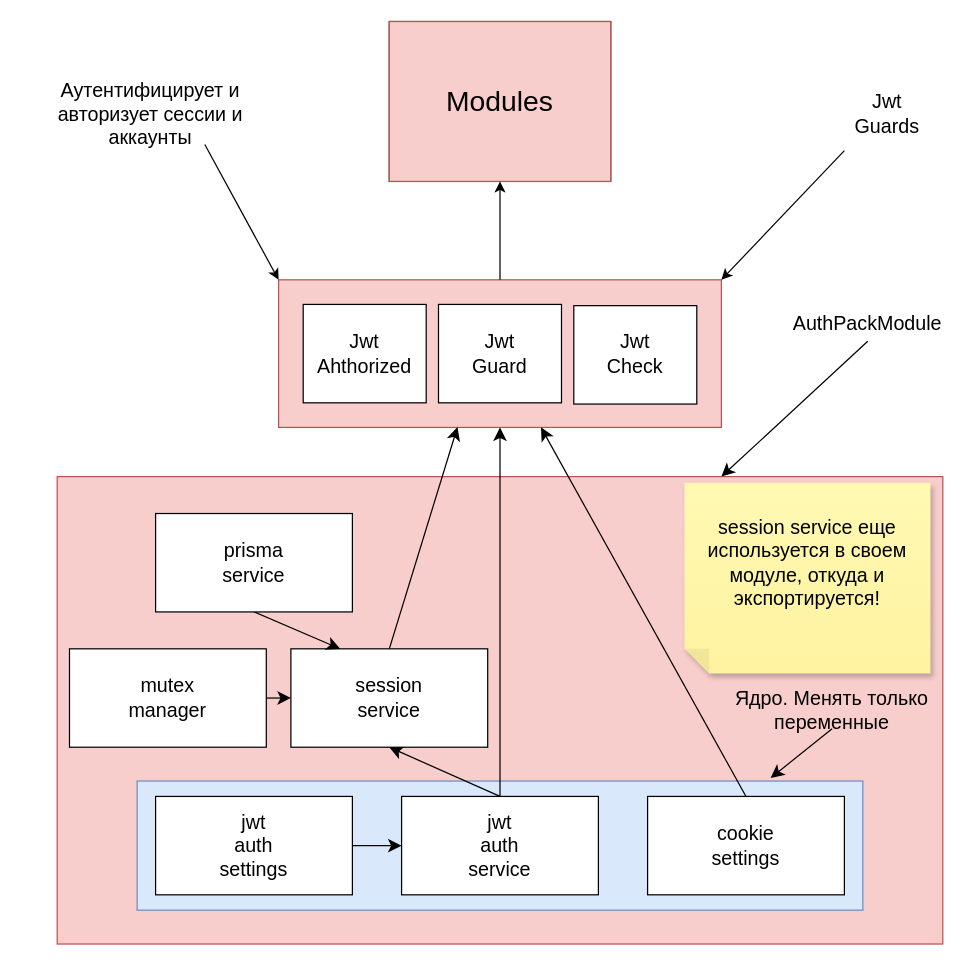
Earlier version of the draw.io diagram info/AuthPackModule.drawio (IsaTalantbek/nestjs-monolith). Source tidied: cells renumbered, new cells numbered last; positions are measured from the earlier drawing's top-left corner, leaving out a move shared by most shapes. Both pictures are drawn from the tidied source at 123%, with x=0, y=0 at pixel (21, 21).
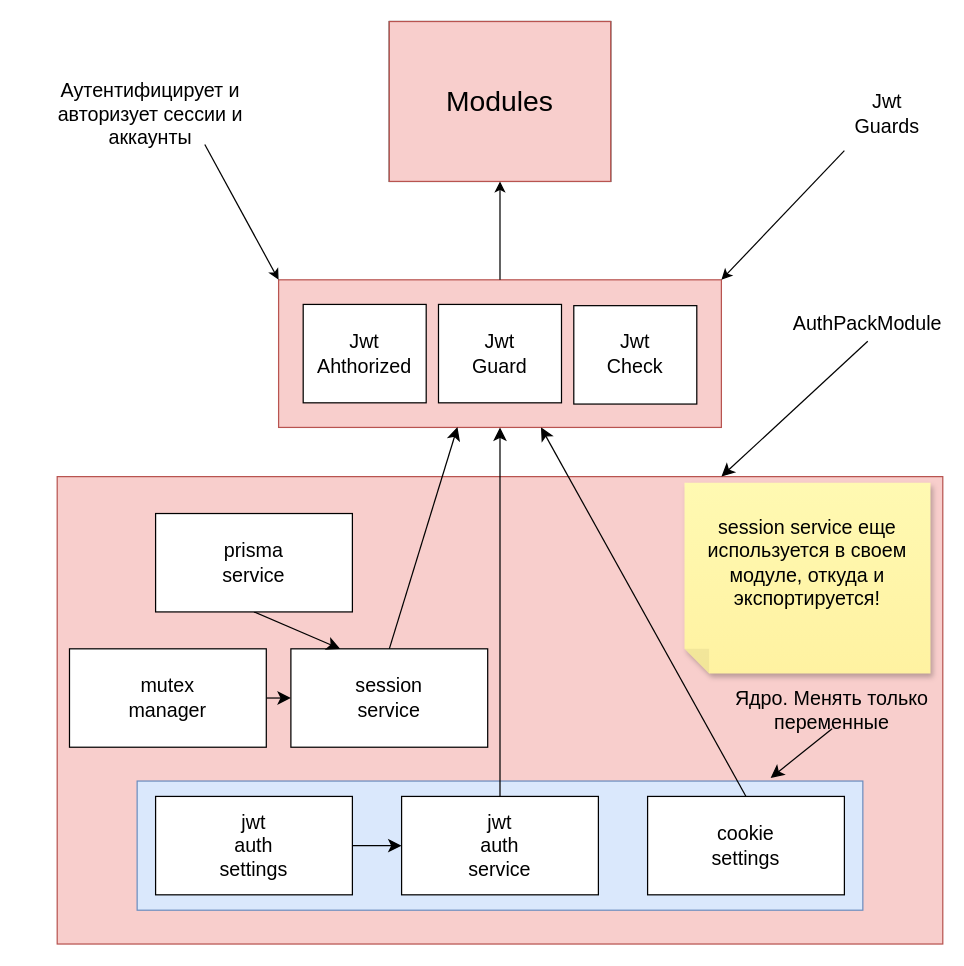
Above is the later version.

The change refers to these unchanged cells:
```xml
<mxCell id="9" style="rounded=0;whiteSpace=wrap;html=1;" parent="1" vertex="1">
  <mxGeometry x="309" y="630" width="160" height="80" as="geometry" />
</mxCell>
<mxCell id="13" style="rounded=0;whiteSpace=wrap;html=1;" parent="1" vertex="1">
  <mxGeometry x="219" y="510" width="160" height="80" as="geometry" />
</mxCell>
```

What changed in the source:
```diff
@@
-    <mxCell id="7" style="edgeStyle=none;curved=1;rounded=0;jettySize=auto;html=1;exitX=0.5;exitY=0;exitDx=0;exitDy=0;entryX=0.5;entryY=1;entryDx=0;entryDy=0;fontSize=12;startSize=8;endSize=8;" parent="1" edge="1" source="9" target="13">
-      <mxGeometry relative="1" as="geometry" />
-    </mxCell>
```
